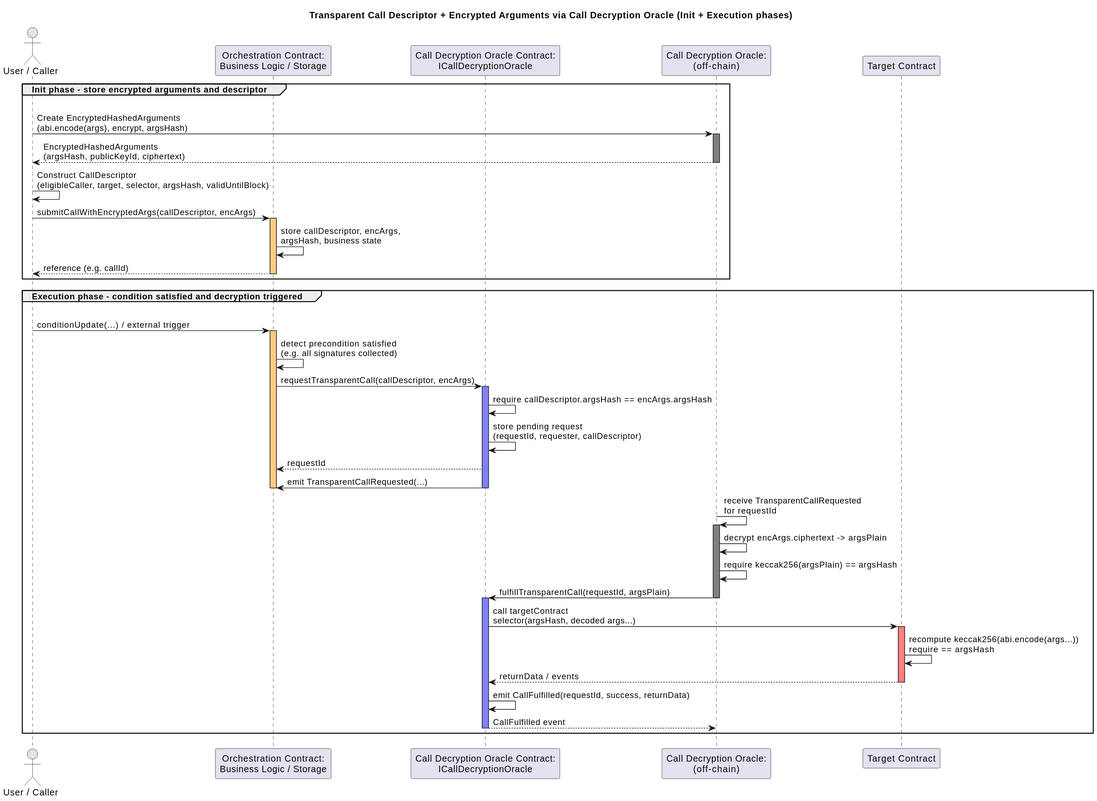
This is assets/erc-encall/doc/encrypted-arguments-transparent-call-flow.svg from ethereum/ERCs, a PlantUML export, as it was before one commit.
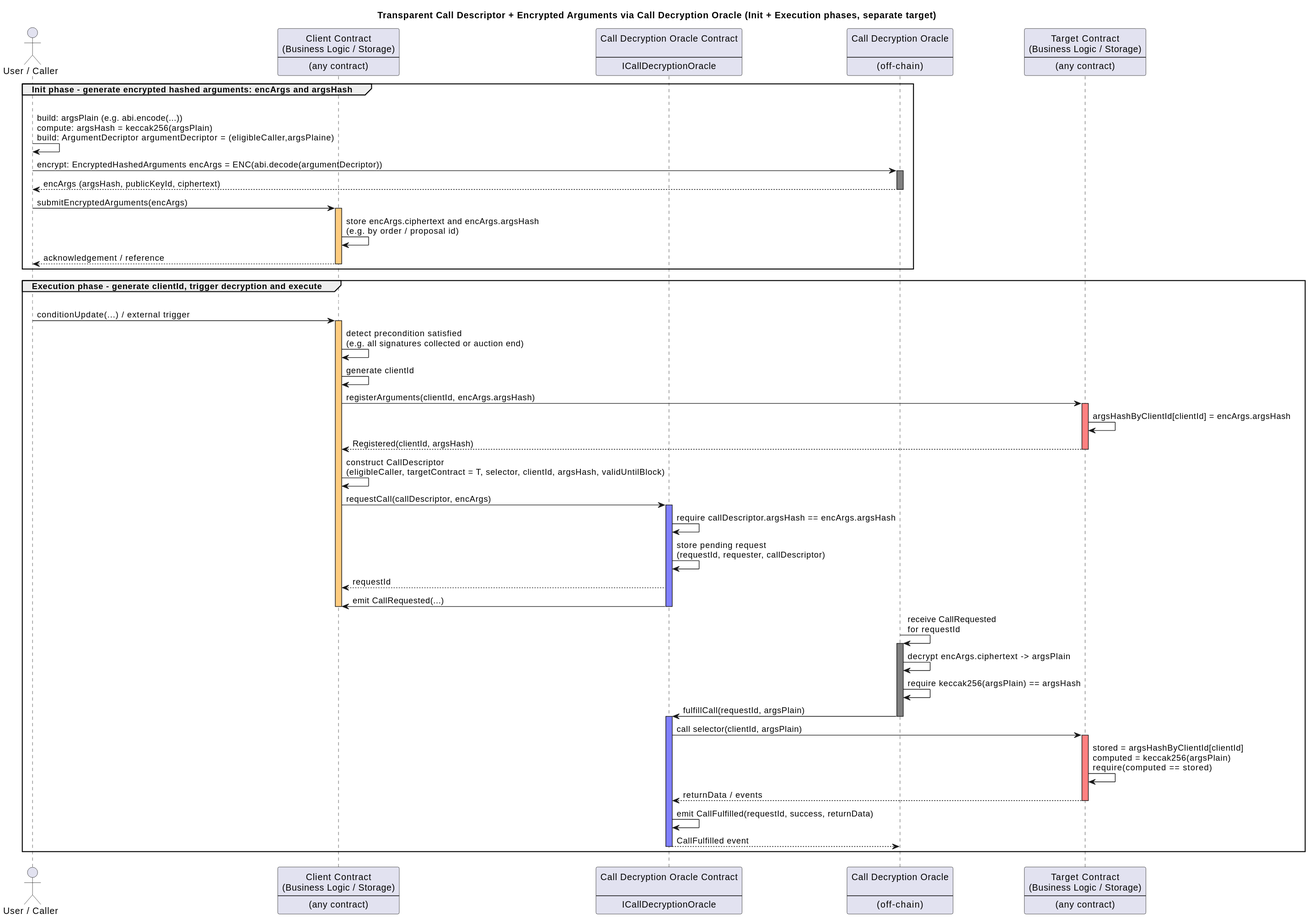
Later version of the same file.

Commit message:
Updated documentation / sequence diagram to notation changes

The edit, as a diff of the source:
```diff
@@ -1,57 +1,65 @@
 @startuml
 !pragma teoz true
 
-title Transparent Call Descriptor + Encrypted Arguments via Call Decryption Oracle (Init + Execution phases)
+title Transparent Call Descriptor + Encrypted Arguments via Call Decryption Oracle (Init + Execution phases, separate target)
 
 actor U as "User / Caller"
-participant S as "Orchestration Contract:\nBusiness Logic / Storage"
-participant C as "Call Decryption Oracle Contract:\nICallDecryptionOracle"
-participant O as "Call Decryption Oracle:\n(off-chain)"
-participant T as "Target Contract"
+participant S as "Client Contract\n(Business Logic / Storage)\n----\n(any contract)"
+participant C as "Call Decryption Oracle Contract\n\n----\nICallDecryptionOracle"
+participant O as "Call Decryption Oracle\n\n----\n(off-chain)"
+participant T as "Target Contract\n(Business Logic / Storage)\n----\n(any contract)"
 
-group Init phase - store encrypted arguments and descriptor
+group Init phase - generate encrypted hashed arguments: encArgs and argsHash
     & U -[#FFFFFF]> O
 
-    U -> O : Create EncryptedHashedArguments\n(abi.encode(args), encrypt, argsHash)
+    U -> U : build: argsPlain (e.g. abi.encode(...))\ncompute: argsHash = keccak256(argsPlain)\nbuild: ArgumentDecriptor argumentDecriptor = (eligibleCaller,argsPlaine)
+    U -> O : encrypt: EncryptedHashedArguments encArgs = ENC(abi.decode(argumentDecriptor))
     activate O #808080
-    O --> U : EncryptedHashedArguments\n(argsHash, publicKeyId, ciphertext)
+    O --> U : encArgs (argsHash, publicKeyId, ciphertext)
     deactivate O
 
-    U -> U : Construct CallDescriptor\n(eligibleCaller, target, selector, argsHash, validUntilBlock)
-
-    U -> S : submitCallWithEncryptedArgs(callDescriptor, encArgs)
+    U -> S : submitEncryptedArguments(encArgs)
     activate S #FFCC80
-    S -> S : store callDescriptor, encArgs,\nargsHash, business state
-    S --> U : reference (e.g. callId)
+    S -> S : store encArgs.ciphertext and encArgs.argsHash\n(e.g. by order / proposal id)
+    S --> U : acknowledgement / reference
     deactivate S
 end
 
-group Execution phase - condition satisfied and decryption triggered
+group Execution phase - generate clientId, trigger decryption and execute
     & U -[#FFFFFF]> O
 
     U -> S : conditionUpdate(...) / external trigger
     activate S #FFCC80
-    S -> S : detect precondition satisfied\n(e.g. all signatures collected)
-    S -> C : requestTransparentCall(callDescriptor, encArgs)
+    S -> S : detect precondition satisfied\n(e.g. all signatures collected or auction end)
+    S -> S : generate clientId
+    S -> T : registerArguments(clientId, encArgs.argsHash)
+    activate T #FF8080
+    T -> T : argsHashByClientId[clientId] = encArgs.argsHash
+    T --> S : Registered(clientId, argsHash)
+    deactivate T
+
+    S -> S : construct CallDescriptor\n(eligibleCaller, targetContract = T, selector, clientId, argsHash, validUntilBlock)
+
+    S -> C : requestCall(callDescriptor, encArgs)
     activate C #8080FF
     C -> C : require callDescriptor.argsHash == encArgs.argsHash
     C -> C : store pending request\n(requestId, requester, callDescriptor)
     C --> S : requestId
-    C -> S : emit TransparentCallRequested(...)
+    C -> S : emit CallRequested(...)
     deactivate C
     deactivate S
 
-    O -> O : receive TransparentCallRequested\nfor requestId
+    O -> O : receive CallRequested\nfor requestId
     activate O #808080
     O -> O : decrypt encArgs.ciphertext -> argsPlain
     O -> O : require keccak256(argsPlain) == argsHash
-    O -> C : fulfillTransparentCall(requestId, argsPlain)
+    O -> C : fulfillCall(requestId, argsPlain)
     deactivate O
 
     activate C #8080FF
-    C -> T : call targetContract\nselector(argsHash, decoded args...)
+    C -> T : call selector(clientId, argsPlain)
     activate T #FF8080
-    T -> T : recompute keccak256(abi.encode(args...))\nrequire == argsHash
+    T -> T : stored = argsHashByClientId[clientId]\ncomputed = keccak256(argsPlain)\nrequire(computed == stored)
     T --> C : returnData / events
     deactivate T
 
```
